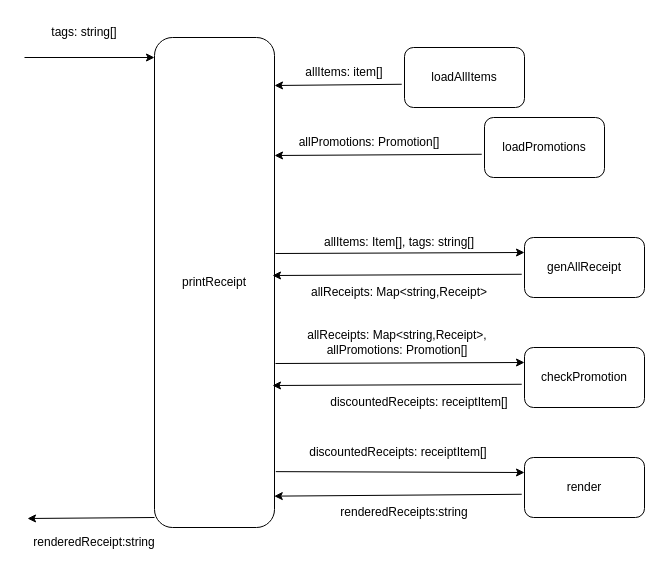
Above: PrintReceipt.drawio in BGC-BootCamp-Team1/pos-machine (draw.io), before the change. Source tidied: cells renumbered, new cells numbered last; positions are measured from the earlier drawing's top-left corner, leaving out a move shared by most shapes. Both pictures are drawn from the tidied source at 100%, with x=0, y=0 at pixel (24, 17).
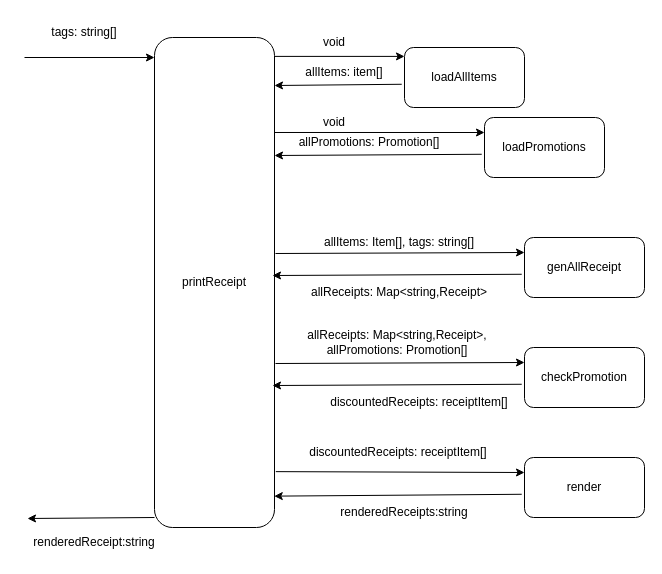
Above is the later version.

The change refers to these unchanged cells:
```xml
<mxCell id="10" value="loadPromotions" style="rounded=1;whiteSpace=wrap;html=1;" parent="1" vertex="1">
  <mxGeometry x="460" y="100" width="120" height="60" as="geometry" />
</mxCell>
```

Diff of the diagram source:
```diff
@@
+    <mxCell id="28" value="void" style="text;strokeColor=none;align=center;fillColor=none;html=1;verticalAlign=middle;whiteSpace=wrap;rounded=0;" parent="1" vertex="1">
+      <mxGeometry x="260" y="10" width="100" height="30" as="geometry" />
+    </mxCell>
+    <mxCell id="29" style="endArrow=classic;html=1;rounded=0;" parent="1" edge="1">
+      <mxGeometry relative="1" as="geometry">
+        <mxPoint x="250" y="38.9" as="sourcePoint" />
+        <mxPoint x="380" y="38.9" as="targetPoint" />
+      </mxGeometry>
+    </mxCell>
+    <mxCell id="30" value="void" style="text;strokeColor=none;align=center;fillColor=none;html=1;verticalAlign=middle;whiteSpace=wrap;rounded=0;" parent="1" vertex="1">
+      <mxGeometry x="260" y="90" width="100" height="30" as="geometry" />
+    </mxCell>
+    <mxCell id="31" style="endArrow=classic;html=1;rounded=0;entryX=0;entryY=0.25;entryDx=0;entryDy=0;exitX=-0.1;exitY=0.833;exitDx=0;exitDy=0;exitPerimeter=0;" parent="1" edge="1" source="30" target="10">
+      <mxGeometry relative="1" as="geometry" />
+    </mxCell>
```
